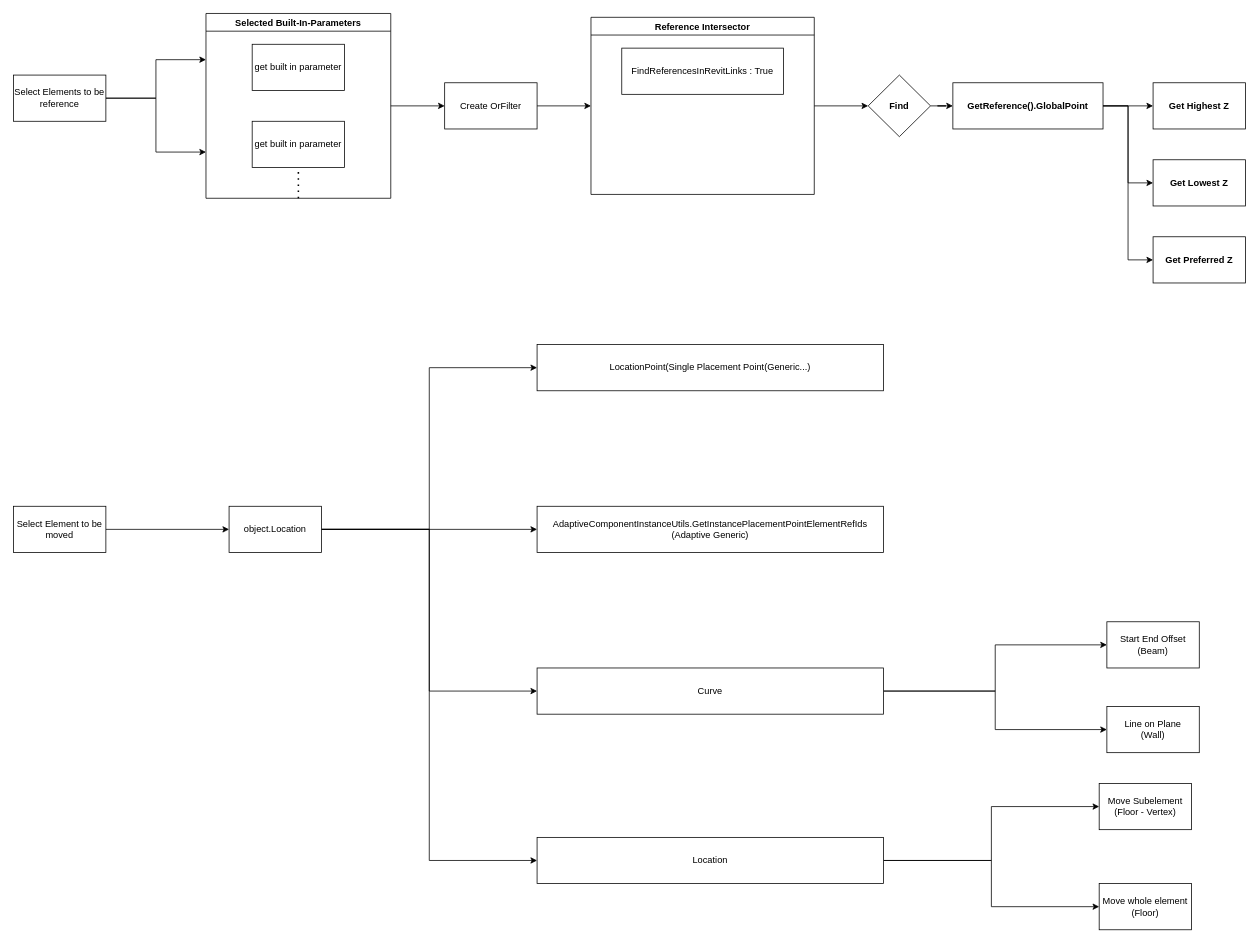
Earlier version of the draw.io diagram script/Python/Align.extension/Align.tab/Modify.panel/SetLocationIdea.drawio (Lionel-Lim/DY-Dynamo). Source tidied: cells renumbered, new cells numbered last; positions are measured from the earlier drawing's top-left corner, leaving out a move shared by most shapes. Both pictures are drawn from the tidied source at 77%, with x=0, y=0 at pixel (13, 13).
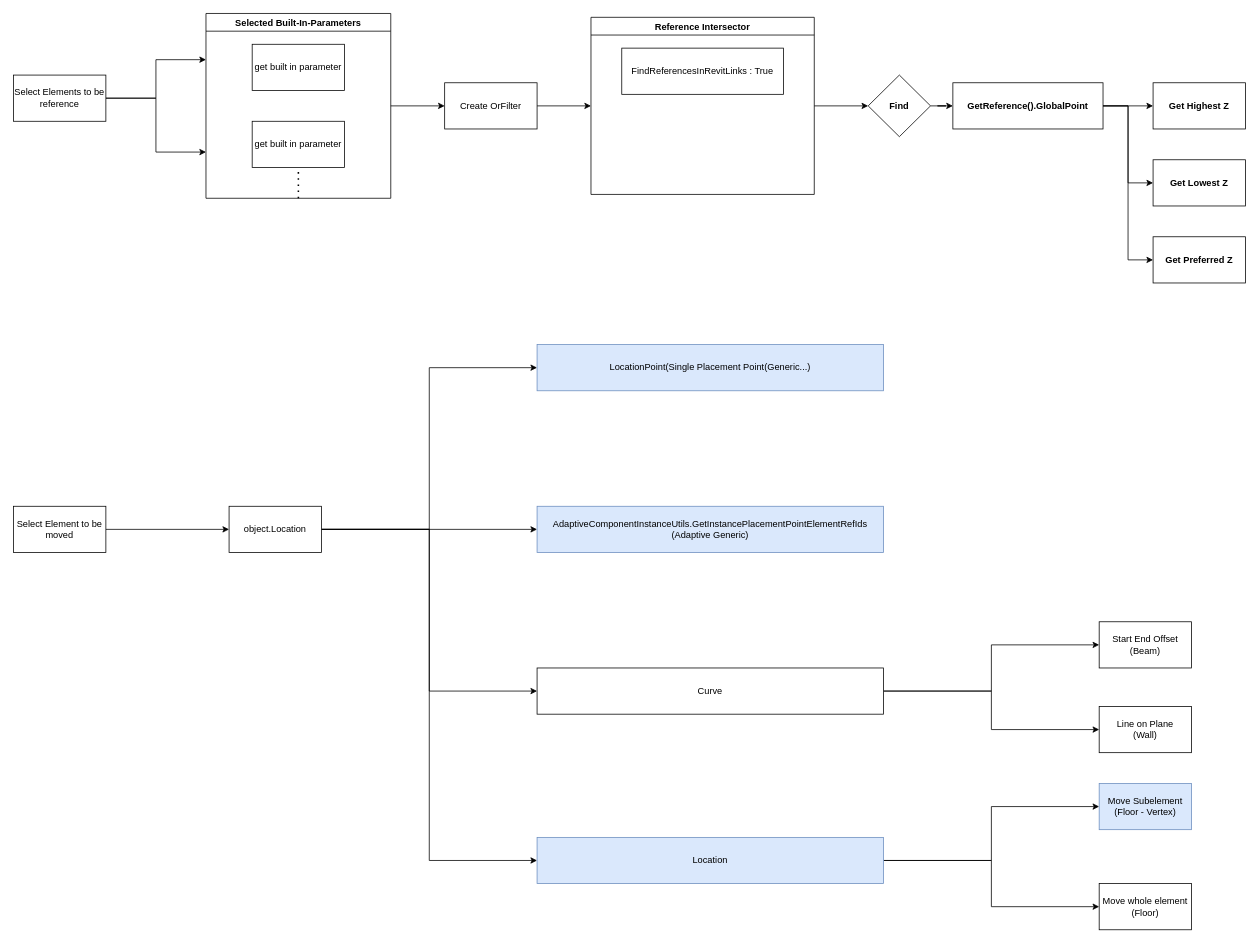
Above is the later version.

Commit message (it also covers changes not shown here):
Set location script WIP

Change to the diagram source:
```diff
@@
-    <mxCell id="31" value="LocationPoint(Single Placement Point(Generic...)" style="rounded=0;whiteSpace=wrap;html=1;" parent="1" vertex="1">
+    <mxCell id="31" value="LocationPoint(Single Placement Point(Generic...)" style="rounded=0;whiteSpace=wrap;html=1;fillColor=#dae8fc;strokeColor=#6c8ebf;" parent="1" vertex="1">
       <mxGeometry x="680" y="430" width="450" height="60" as="geometry" />
     </mxCell>
-    <mxCell id="32" value="AdaptiveComponentInstanceUtils.GetInstancePlacementPointElementRefIds&lt;br&gt;(Adaptive Generic)" style="rounded=0;whiteSpace=wrap;html=1;" parent="1" vertex="1">
+    <mxCell id="32" value="AdaptiveComponentInstanceUtils.GetInstancePlacementPointElementRefIds&lt;br&gt;(Adaptive Generic)" style="rounded=0;whiteSpace=wrap;html=1;fillColor=#dae8fc;strokeColor=#6c8ebf;" parent="1" vertex="1">
       <mxGeometry x="680" y="640" width="450" height="60" as="geometry" />
     </mxCell>
@@
     <mxCell id="36" value="Start End Offset&lt;br&gt;(Beam)" style="whiteSpace=wrap;html=1;rounded=0;" parent="1" vertex="1">
-      <mxGeometry x="1420" y="790" width="120" height="60" as="geometry" />
+      <mxGeometry x="1410" y="790" width="120" height="60" as="geometry" />
     </mxCell>
     <mxCell id="37" value="Line on Plane&lt;br&gt;(Wall)" style="whiteSpace=wrap;html=1;rounded=0;" parent="1" vertex="1">
-      <mxGeometry x="1420" y="900" width="120" height="60" as="geometry" />
+      <mxGeometry x="1410" y="900" width="120" height="60" as="geometry" />
     </mxCell>
@@
-    <mxCell id="40" value="Location" style="whiteSpace=wrap;html=1;rounded=0;" parent="1" vertex="1">
+    <mxCell id="40" value="Location" style="whiteSpace=wrap;html=1;rounded=0;fillColor=#dae8fc;strokeColor=#6c8ebf;" parent="1" vertex="1">
       <mxGeometry x="680" y="1070" width="450" height="60" as="geometry" />
     </mxCell>
-    <mxCell id="41" value="Move Subelement&lt;br&gt;(Floor - Vertex)" style="whiteSpace=wrap;html=1;rounded=0;" parent="1" vertex="1">
+    <mxCell id="41" value="Move Subelement&lt;br&gt;(Floor - Vertex)" style="whiteSpace=wrap;html=1;rounded=0;fillColor=#dae8fc;strokeColor=#6c8ebf;" parent="1" vertex="1">
       <mxGeometry x="1410" y="1000" width="120" height="60" as="geometry" />
     </mxCell>
```
